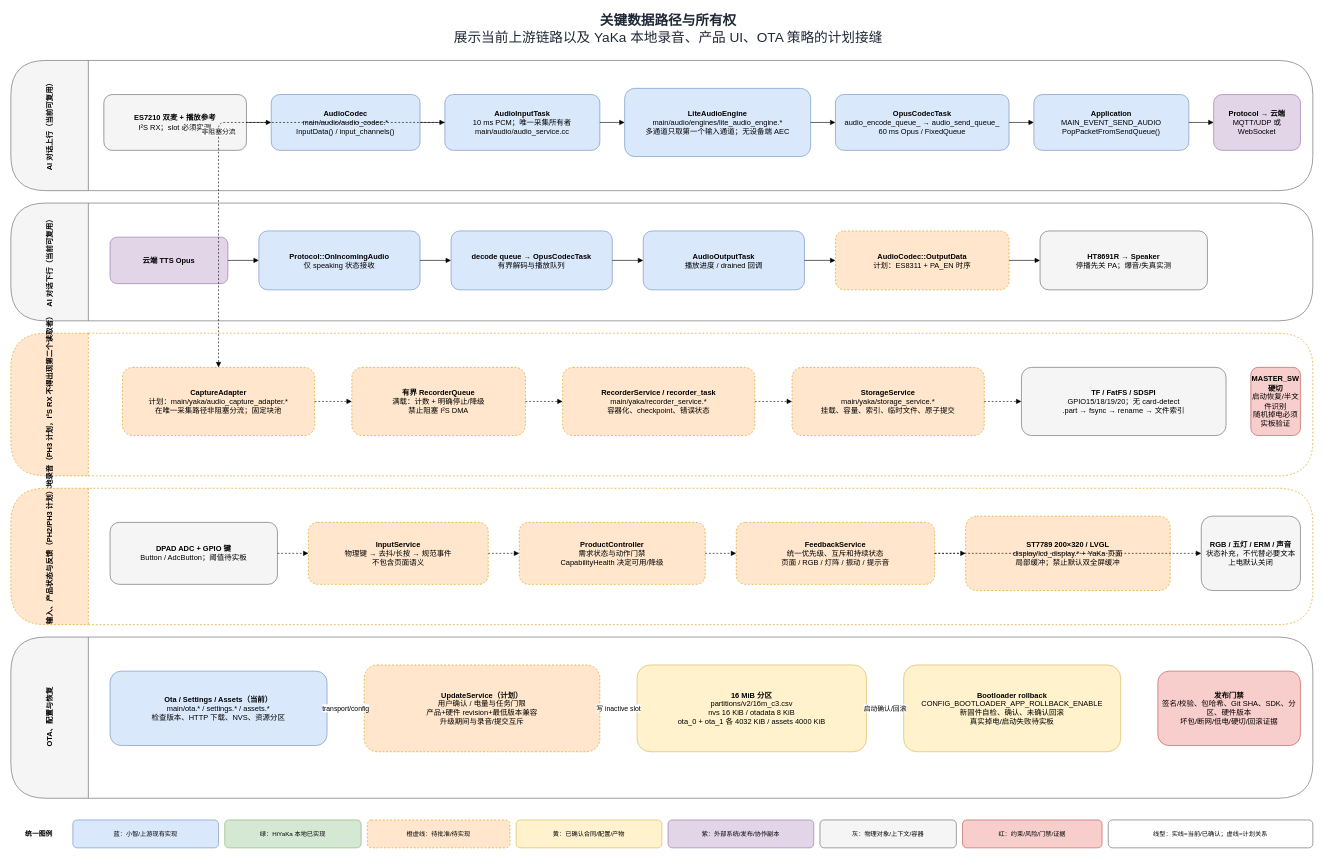
Before: page "03 音频、录音、UI与OTA数据流" (3 of 4) of docs/yaka/diagrams/yaka-firmware-architecture.drawio in njueeRay/hi-yaka-firmware, a draw.io diagram. Source tidied: cells renumbered, new cells numbered last; positions are measured from the earlier drawing's top-left corner, leaving out a move shared by most shapes. Both pictures are drawn from the tidied source at 62%, with x=0, y=0 at pixel (11, 11).
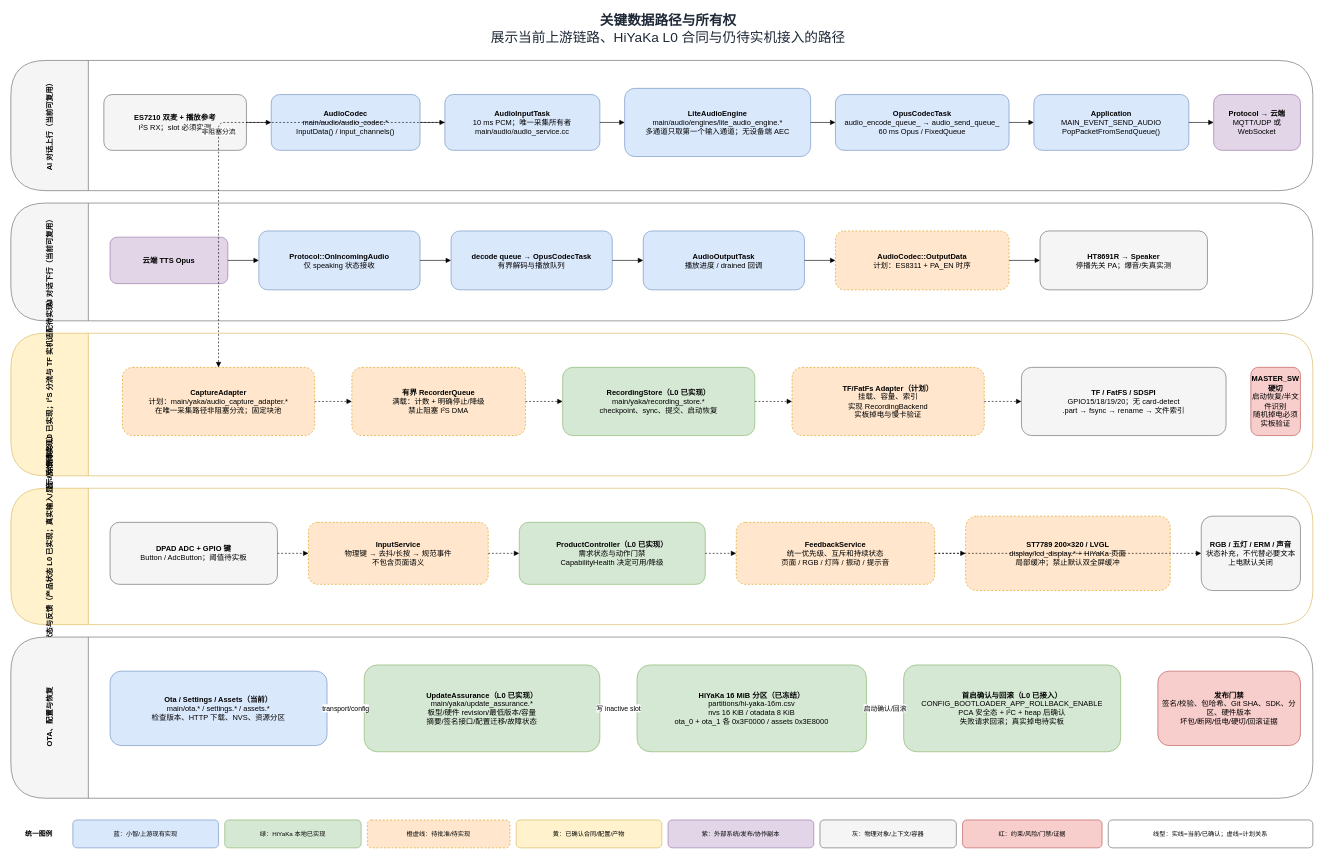
The same page after the edit.

Unchanged cells that the change refers to:
```xml
<mxCell id="41" value="OTA、配置与恢复" style="swimlane;horizontal=0;startSize=125;rounded=1;html=1;fillColor=#F5F5F5;strokeColor=#666666;fontStyle=1;" parent="1" vertex="1">
  <mxGeometry y="1010" width="2100" height="260" as="geometry" />
</mxCell>
```

What changed in the source:
```diff
@@
-    <mxCell id="2" value="&lt;b&gt;关键数据路径与所有权&lt;/b&gt;&lt;br&gt;展示当前上游链路以及 YaKa 本地录音、产品 UI、OTA 策略的计划接缝" style="text;html=1;align=center;verticalAlign=middle;fontSize=22;fontColor=#1F2937;" parent="1" vertex="1">
+    <mxCell id="2" value="&lt;b&gt;关键数据路径与所有权&lt;/b&gt;&lt;br&gt;展示当前上游链路、HiYaKa L0 合同与仍待实机接入的路径" style="text;html=1;align=center;verticalAlign=middle;fontSize=22;fontColor=#1F2937;" parent="1" vertex="1">
       <mxGeometry x="390" width="1340" height="60" as="geometry" />
     </mxCell>
@@
-    <mxCell id="27" value="本地录音（PH3 计划，I²S RX 不得出现第二个读取者）" style="swimlane;horizontal=0;startSize=125;rounded=1;html=1;fillColor=#FFE6CC;strokeColor=#D79B00;fontStyle=1;dashed=1;" parent="1" vertex="1">
+    <mxCell id="27" value="本地录音（存储事务 L0 已实现；I²S 分流与 TF 实机适配待实现）" style="swimlane;horizontal=0;startSize=125;rounded=1;html=1;fillColor=#FFF2CC;strokeColor=#D6B656;fontStyle=1;" parent="1" vertex="1">
       <mxGeometry y="520" width="2100" height="230" as="geometry" />
     </mxCell>
@@
-    <mxCell id="30" value="&lt;b&gt;RecorderService / recorder_task&lt;/b&gt;&lt;br&gt;main/yaka/recorder_service.*&lt;br&gt;容器化、checkpoint、错误状态" style="rounded=1;whiteSpace=wrap;html=1;fillColor=#FFE6CC;strokeColor=#D79B00;dashed=1;" parent="27" vertex="1">
+    <mxCell id="30" value="&lt;b&gt;RecordingStore（L0 已实现）&lt;/b&gt;&lt;br&gt;main/yaka/recording_store.*&lt;br&gt;checkpoint、sync、提交、启动恢复" style="rounded=1;whiteSpace=wrap;html=1;fillColor=#D5E8D4;strokeColor=#82B366;" parent="27" vertex="1">
       <mxGeometry x="890" y="55" width="310" height="110" as="geometry" />
     </mxCell>
-    <mxCell id="31" value="&lt;b&gt;StorageService&lt;/b&gt;&lt;br&gt;main/yaka/storage_service.*&lt;br&gt;挂载、容量、索引、临时文件、原子提交" style="rounded=1;whiteSpace=wrap;html=1;fillColor=#FFE6CC;strokeColor=#D79B00;dashed=1;" parent="27" vertex="1">
+    <mxCell id="31" value="&lt;b&gt;TF/FatFs Adapter（计划）&lt;/b&gt;&lt;br&gt;挂载、容量、索引&lt;br&gt;实现 RecordingBackend&lt;br&gt;实板掉电与慢卡验证" style="rounded=1;whiteSpace=wrap;html=1;fillColor=#FFE6CC;strokeColor=#D79B00;dashed=1;" parent="27" vertex="1">
       <mxGeometry x="1260" y="55" width="310" height="110" as="geometry" />
     </mxCell>
@@
-    <mxCell id="34" value="输入、产品状态与反馈（PH2/PH3 计划）" style="swimlane;horizontal=0;startSize=125;rounded=1;html=1;fillColor=#FFE6CC;strokeColor=#D79B00;fontStyle=1;dashed=1;" parent="1" vertex="1">
+    <mxCell id="34" value="输入、产品状态与反馈（产品状态 L0 已实现；真实输入/显示/反馈待实现）" style="swimlane;horizontal=0;startSize=125;rounded=1;html=1;fillColor=#FFF2CC;strokeColor=#D6B656;fontStyle=1;" parent="1" vertex="1">
       <mxGeometry y="770" width="2100" height="220" as="geometry" />
     </mxCell>
@@
-    <mxCell id="37" value="&lt;b&gt;ProductController&lt;/b&gt;&lt;br&gt;需求状态与动作门禁&lt;br&gt;CapabilityHealth 决定可用/降级" style="rounded=1;whiteSpace=wrap;html=1;fillColor=#FFE6CC;strokeColor=#D79B00;dashed=1;" parent="34" vertex="1">
+    <mxCell id="37" value="&lt;b&gt;ProductController（L0 已实现）&lt;/b&gt;&lt;br&gt;需求状态与动作门禁&lt;br&gt;CapabilityHealth 决定可用/降级" style="rounded=1;whiteSpace=wrap;html=1;fillColor=#D5E8D4;strokeColor=#82B366;" parent="34" vertex="1">
       <mxGeometry x="820" y="55" width="300" height="100" as="geometry" />
     </mxCell>
@@
-    <mxCell id="39" value="&lt;b&gt;ST7789 200×320 / LVGL&lt;/b&gt;&lt;br&gt;display/lcd_display.* + YaKa 页面&lt;br&gt;局部缓冲；禁止默认双全屏缓冲" style="rounded=1;whiteSpace=wrap;html=1;fillColor=#FFE6CC;strokeColor=#D79B00;dashed=1;" parent="34" vertex="1">
+    <mxCell id="39" value="&lt;b&gt;ST7789 200×320 / LVGL&lt;/b&gt;&lt;br&gt;display/lcd_display.* + HiYaKa 页面&lt;br&gt;局部缓冲；禁止默认双全屏缓冲" style="rounded=1;whiteSpace=wrap;html=1;fillColor=#FFE6CC;strokeColor=#D79B00;dashed=1;" parent="34" vertex="1">
       <mxGeometry x="1540" y="45" width="330" height="120" as="geometry" />
     </mxCell>
@@
-    <mxCell id="43" value="&lt;b&gt;UpdateService（计划）&lt;/b&gt;&lt;br&gt;用户确认 / 电量与任务门限&lt;br&gt;产品+硬件 revision+最低版本兼容&lt;br&gt;升级期间与录音/提交互斥" style="rounded=1;whiteSpace=wrap;html=1;fillColor=#FFE6CC;strokeColor=#D79B00;dashed=1;" parent="41" vertex="1">
+    <mxCell id="43" value="&lt;b&gt;UpdateAssurance（L0 已实现）&lt;/b&gt;&lt;br&gt;main/yaka/update_assurance.*&lt;br&gt;板型/硬件 revision/最低版本/容量&lt;br&gt;摘要/签名接口/配置迁移/故障状态" style="rounded=1;whiteSpace=wrap;html=1;fillColor=#D5E8D4;strokeColor=#82B366;" parent="41" vertex="1">
       <mxGeometry x="570" y="45" width="380" height="140" as="geometry" />
     </mxCell>
-    <mxCell id="44" value="&lt;b&gt;16 MiB 分区&lt;/b&gt;&lt;br&gt;partitions/v2/16m_c3.csv&lt;br&gt;nvs 16 KiB / otadata 8 KiB&lt;br&gt;ota_0 + ota_1 各 4032 KiB / assets 4000 KiB" style="rounded=1;whiteSpace=wrap;html=1;fillColor=#FFF2CC;strokeColor=#D6B656;" parent="41" vertex="1">
+    <mxCell id="44" value="&lt;b&gt;HiYaKa 16 MiB 分区（已冻结）&lt;/b&gt;&lt;br&gt;partitions/hi-yaka-16m.csv&lt;br&gt;nvs 16 KiB / otadata 8 KiB&lt;br&gt;ota_0 + ota_1 各 0x3F0000 / assets 0x3E8000" style="rounded=1;whiteSpace=wrap;html=1;fillColor=#D5E8D4;strokeColor=#82B366;" parent="41" vertex="1">
       <mxGeometry x="1010" y="45" width="370" height="140" as="geometry" />
     </mxCell>
-    <mxCell id="45" value="&lt;b&gt;Bootloader rollback&lt;/b&gt;&lt;br&gt;CONFIG_BOOTLOADER_APP_ROLLBACK_ENABLE&lt;br&gt;新固件自检、确认、未确认回滚&lt;br&gt;真实掉电/启动失败待实板" style="rounded=1;whiteSpace=wrap;html=1;fillColor=#FFF2CC;strokeColor=#D6B656;" parent="41" vertex="1">
+    <mxCell id="45" value="&lt;b&gt;首启确认与回滚（L0 已接入）&lt;/b&gt;&lt;br&gt;CONFIG_BOOTLOADER_APP_ROLLBACK_ENABLE&lt;br&gt;PCA 安全态 + I²C + heap 后确认&lt;br&gt;失败请求回滚；真实掉电待实板" style="rounded=1;whiteSpace=wrap;html=1;fillColor=#D5E8D4;strokeColor=#82B366;" parent="41" vertex="1">
       <mxGeometry x="1440" y="45" width="350" height="140" as="geometry" />
     </mxCell>
```
